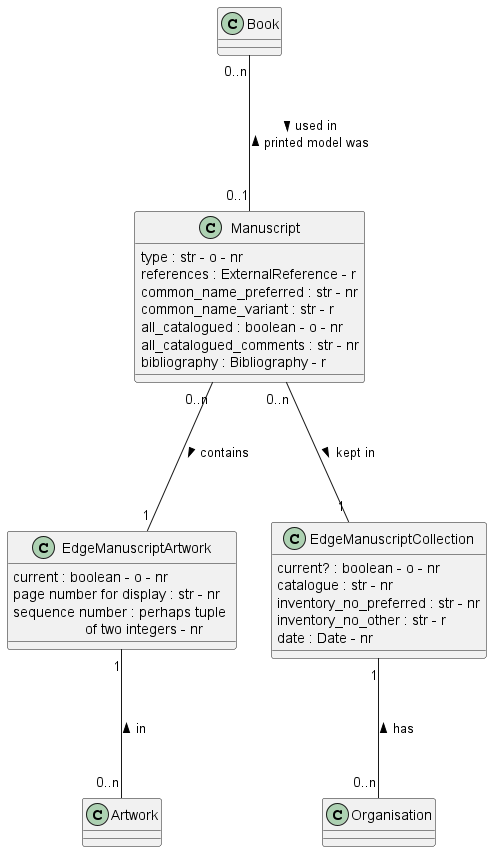
Above: documentation/class_diagrams/Manuscript.png in tmasch/bpf_be (PlantUML), before the change.
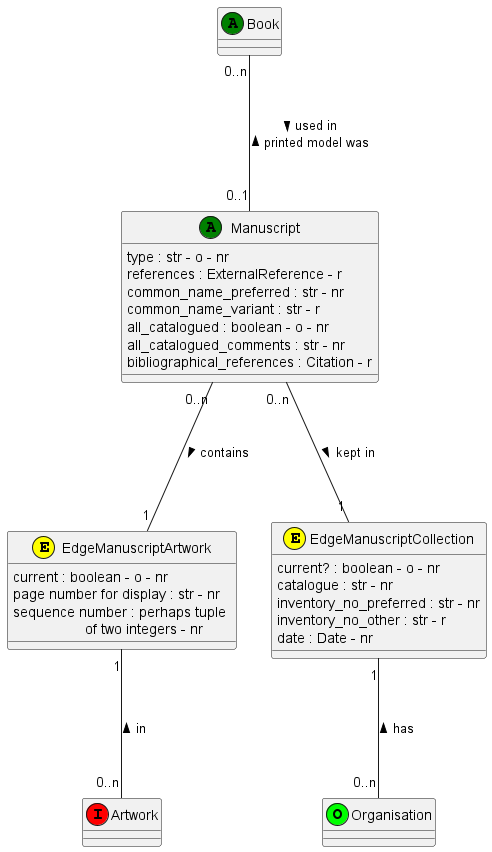
Later version of the same file.

Diff of the diagram source:
```diff
@@ -1,31 +1,31 @@
 @startuml
-class Manuscript
+class Manuscript <<(A,green)>>
 Manuscript : type : str - o - nr
 Manuscript : references : ExternalReference - r
 Manuscript : common_name_preferred : str - nr
 Manuscript : common_name_variant : str - r
 Manuscript : all_catalogued : boolean - o - nr
 Manuscript : all_catalogued_comments : str - nr
-Manuscript : bibliography : Bibliography - r
+Manuscript : bibliographical_references : Citation - r
 
 
-class EdgeManuscriptArtwork
+class EdgeManuscriptArtwork <<(E,yellow)>>
 EdgeManuscriptArtwork : current : boolean - o - nr
 EdgeManuscriptArtwork : page number for display : str - nr
 EdgeManuscriptArtwork : sequence number : perhaps tuple \n                  of two integers - nr
 
-class Artwork
+class Artwork <<(I,red)>>
 
-class Book
+class Book <<(A,green)>>
 
-class EdgeManuscriptCollection
+class EdgeManuscriptCollection <<(E,yellow)>>
 EdgeManuscriptCollection : current? : boolean - o - nr
 EdgeManuscriptCollection : catalogue : str - nr
 EdgeManuscriptCollection : inventory_no_preferred : str - nr
 EdgeManuscriptCollection : inventory_no_other : str - r
 EdgeManuscriptCollection : date : Date - nr
 
-class Organisation
+class Organisation <<(O,lime)>>
 
 Book "0..n" --- "0..1" Manuscript : > used in  \n printed model was <
 
```
